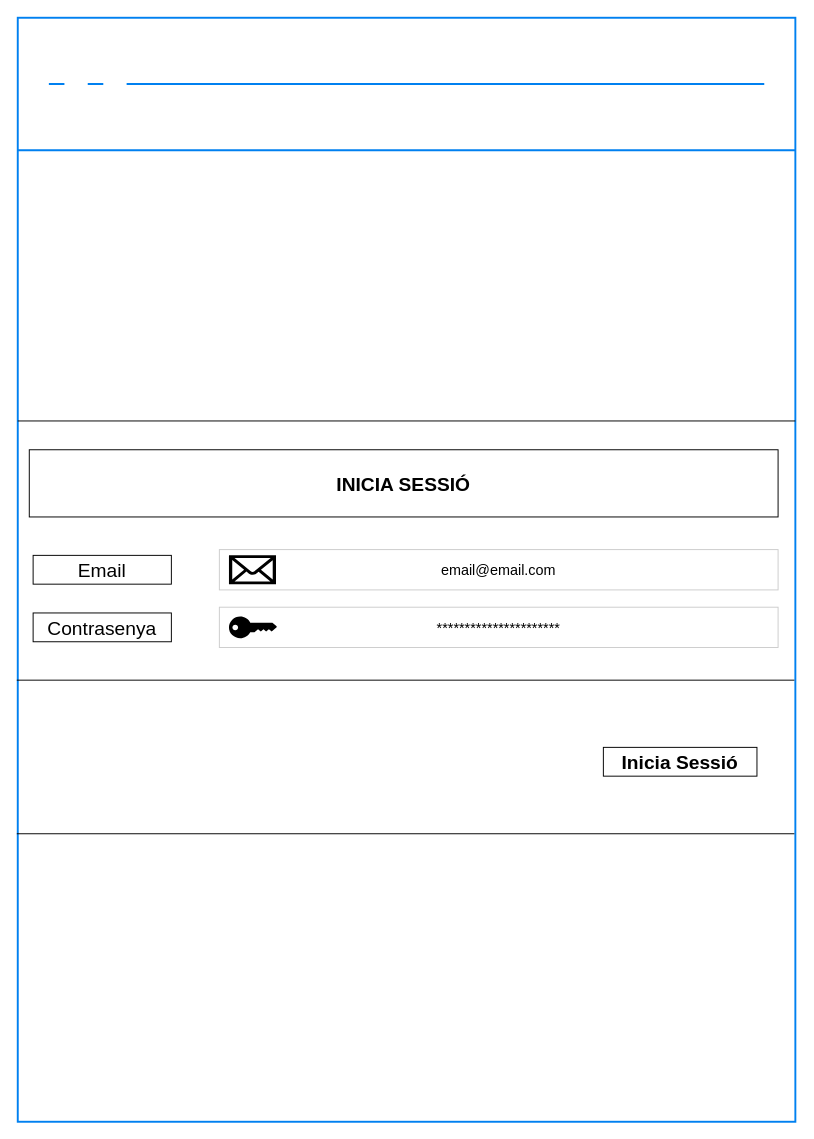
Before: page "8 INICIA SESSIO" (8 of 8) of doc/propostaprojecte/drawio/paambolis.drawio in antonialoytorrens/pa-amb-oli, a draw.io diagram. Source tidied: cells renumbered, new cells numbered last; positions are measured from the earlier drawing's top-left corner, leaving out a move shared by most shapes. Both pictures are drawn from the tidied source at 96%, with x=0, y=0 at pixel (16, 17).
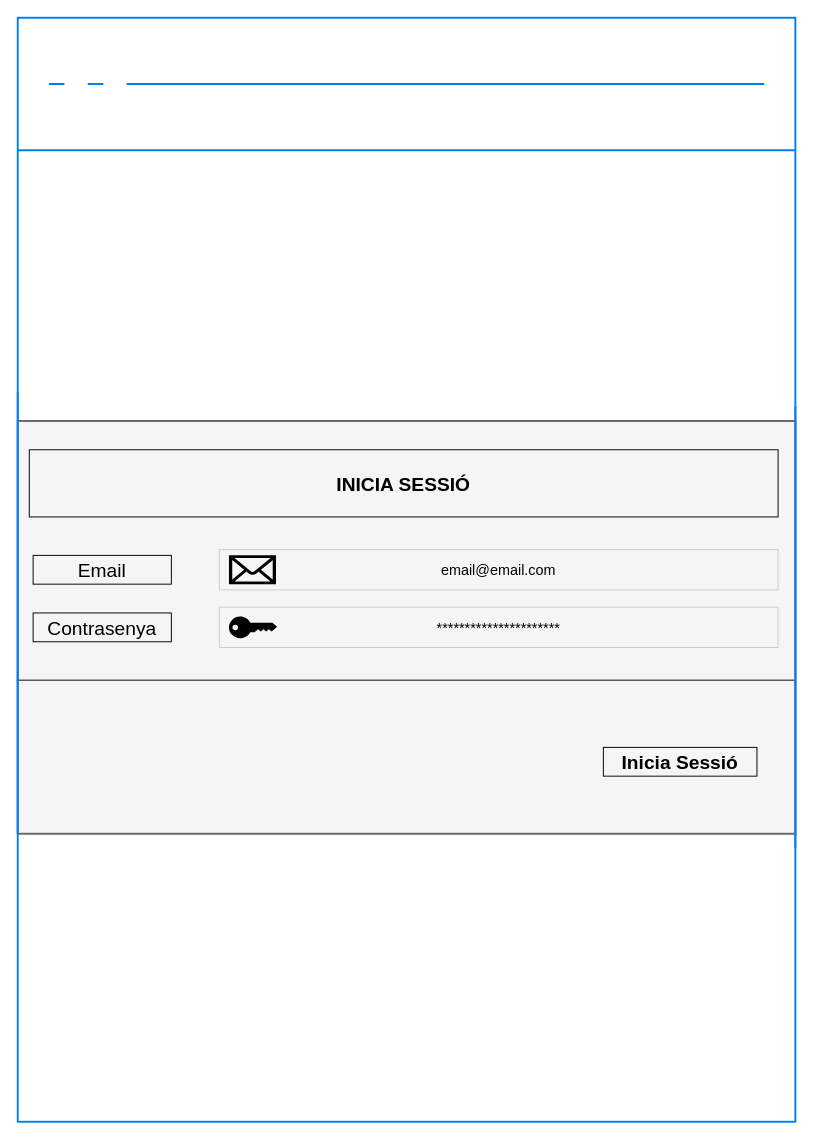
Above is the later version.

The edit, as a diff of the source:
```diff
@@
 <mxGraphModel>
   <root>
     <mxCell id="0" />
     <mxCell id="1" parent="0" />
     <mxCell id="2" style="html=1;verticalLabelPosition=bottom;align=center;labelBackgroundColor=#ffffff;verticalAlign=top;strokeWidth=2;strokeColor=#0080F0;shadow=0;dashed=0;shape=mxgraph.ios7.icons.window;" parent="1" vertex="1">
       <mxGeometry x="1" width="810" height="1150" as="geometry" />
     </mxCell>
+    <mxCell id="14" style="rounded=0;whiteSpace=wrap;html=1;strokeColor=#666666;strokeWidth=2;fillColor=#f5f5f5;fontColor=#333333;" parent="1" vertex="1">
+      <mxGeometry x="1" y="420" width="810" height="430" as="geometry" />
+    </mxCell>
     <mxCell id="3" value="&lt;b&gt;INICIA SESSIÓ&lt;/b&gt;" style="rounded=0;whiteSpace=wrap;html=1;strokeColor=#000000;strokeWidth=1;fillColor=none;fontSize=20;fontColor=#000000;" parent="1" vertex="1">
       <mxGeometry x="13" y="450" width="780" height="70" as="geometry" />
     </mxCell>
     <mxCell id="4" value="Email" style="rounded=0;whiteSpace=wrap;html=1;strokeColor=#000000;strokeWidth=1;fillColor=none;fontSize=20;fontColor=#000000;" parent="1" vertex="1">
       <mxGeometry x="17" y="560" width="144" height="30" as="geometry" />
     </mxCell>
     <mxCell id="5" style="endArrow=none;html=1;fontSize=20;fontColor=#000000;" parent="1" edge="1">
       <mxGeometry relative="1" as="geometry">
         <mxPoint y="690" as="sourcePoint" />
         <mxPoint x="810" y="690" as="targetPoint" />
       </mxGeometry>
     </mxCell>
     <mxCell id="6" value="&lt;b&gt;Inicia Sessió&lt;/b&gt;" style="rounded=0;whiteSpace=wrap;html=1;strokeColor=#000000;strokeWidth=1;fillColor=none;fontSize=20;fontColor=#000000;" parent="1" vertex="1">
       <mxGeometry x="611" y="760" width="160" height="30" as="geometry" />
     </mxCell>
     <mxCell id="7" value="Contrasenya" style="rounded=0;whiteSpace=wrap;html=1;strokeColor=#000000;strokeWidth=1;fillColor=none;fontSize=20;fontColor=#000000;" parent="1" vertex="1">
       <mxGeometry x="17" y="620" width="144" height="30" as="geometry" />
     </mxCell>
     <mxCell id="8" style="shape=mxgraph.signs.tech.mail;html=1;fillColor=#000000;strokeColor=none;verticalLabelPosition=bottom;verticalAlign=top;align=center;rounded=0;shadow=0;glass=0;comic=0;" parent="1" vertex="1">
       <mxGeometry x="221" y="560" width="49" height="30" as="geometry" />
     </mxCell>
     <mxCell id="9" style="verticalLabelPosition=bottom;html=1;verticalAlign=top;align=center;shape=mxgraph.cisco19.key;fillColor=#000000;strokeColor=none;rounded=0;shadow=0;glass=0;comic=0;" parent="1" vertex="1">
       <mxGeometry x="221" y="623.8" width="50" height="22.5" as="geometry" />
     </mxCell>
     <mxCell id="10" value="&lt;font style=&quot;font-size: 15px&quot;&gt;email@email.com&lt;/font&gt;" style="text;html=1;strokeColor=#CCCCCC;fillColor=none;align=center;verticalAlign=middle;whiteSpace=wrap;rounded=0;shadow=0;glass=0;comic=0;" parent="1" vertex="1">
       <mxGeometry x="211" y="554" width="582" height="42" as="geometry" />
     </mxCell>
     <mxCell id="11" value="&lt;font style=&quot;font-size: 15px&quot;&gt;**********************&lt;/font&gt;" style="text;html=1;strokeColor=#CCCCCC;fillColor=none;align=center;verticalAlign=middle;whiteSpace=wrap;rounded=0;shadow=0;glass=0;comic=0;" parent="1" vertex="1">
       <mxGeometry x="211" y="614" width="582" height="42" as="geometry" />
     </mxCell>
-    <mxCell id="12" style="endArrow=none;html=1;fontSize=20;fontColor=#000000;" parent="1" edge="1">
-      <mxGeometry relative="1" as="geometry">
-        <mxPoint x="1" y="420" as="sourcePoint" />
-        <mxPoint x="811" y="420" as="targetPoint" />
-      </mxGeometry>
-    </mxCell>
-    <mxCell id="13" style="endArrow=none;html=1;fontSize=20;fontColor=#000000;" parent="1" edge="1">
-      <mxGeometry relative="1" as="geometry">
-        <mxPoint y="850" as="sourcePoint" />
-        <mxPoint x="810" y="850" as="targetPoint" />
-      </mxGeometry>
-    </mxCell>
+    <mxCell id="15" style="endArrow=none;html=1;fontSize=20;fontColor=#000000;strokeWidth=2;strokeColor=#0080F0;" parent="1" edge="1">
+      <mxGeometry relative="1" as="geometry">
+        <mxPoint x="811" y="405" as="sourcePoint" />
+        <mxPoint x="811" y="865" as="targetPoint" />
+      </mxGeometry>
+    </mxCell>
+    <mxCell id="16" style="endArrow=none;html=1;fontSize=20;fontColor=#000000;strokeWidth=2;strokeColor=#0080F0;" parent="1" edge="1">
+      <mxGeometry relative="1" as="geometry">
+        <mxPoint x="1" y="390" as="sourcePoint" />
+        <mxPoint x="1" y="850" as="targetPoint" />
+      </mxGeometry>
+    </mxCell>
   </root>
 </mxGraphModel>
```
